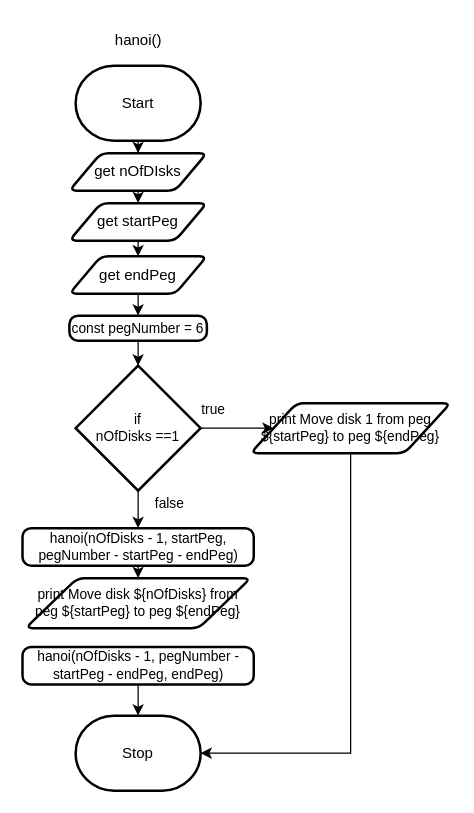
Before: 3-6/design/flowchart.drawio in jakub-malhotra/ICS4U-Unit-3, a draw.io diagram. Source tidied: cells renumbered, new cells numbered last; positions are measured from the earlier drawing's top-left corner, leaving out a move shared by most shapes. Both pictures are drawn from the tidied source at 125%, with x=0, y=0 at pixel (22, 21).
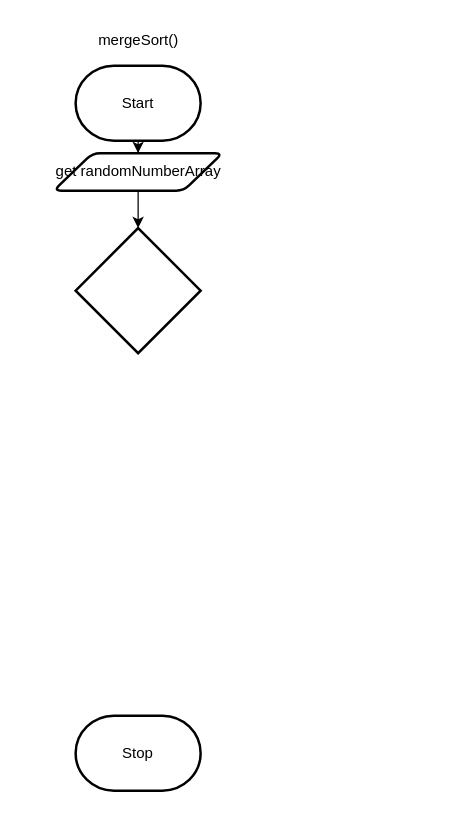
The same diagram, later.

Commit message (it also covers changes not shown here):
init flowchart 3-6 and refactor ts code

Unchanged cells that the change refers to:
```xml
<mxCell id="4" value="Stop" style="strokeWidth=2;html=1;shape=mxgraph.flowchart.terminator;whiteSpace=wrap;" parent="1" vertex="1">
  <mxGeometry x="42" y="555" width="100" height="60" as="geometry" />
</mxCell>
```

Change to the diagram source:
```diff
@@
-    <mxCell id="5" style="edgeStyle=orthogonalEdgeStyle;shape=connector;rounded=0;html=1;exitX=0.5;exitY=1;exitDx=0;exitDy=0;entryX=0.5;entryY=0;entryDx=0;entryDy=0;labelBackgroundColor=default;strokeColor=default;fontFamily=Helvetica;fontSize=11;fontColor=default;endArrow=classic;" parent="1" edge="1" source="6" target="9">
-      <mxGeometry relative="1" as="geometry" />
-    </mxCell>
+    <mxCell id="26" style="edgeStyle=orthogonalEdgeStyle;shape=connector;rounded=0;html=1;exitX=0.5;exitY=1;exitDx=0;exitDy=0;labelBackgroundColor=default;strokeColor=default;fontFamily=Helvetica;fontSize=11;fontColor=default;endArrow=classic;" parent="1" edge="1" source="6" target="17">
+      <mxGeometry relative="1" as="geometry" />
+    </mxCell>
-    <mxCell id="6" value="get nOfDIsks" style="shape=parallelogram;html=1;strokeWidth=2;perimeter=parallelogramPerimeter;whiteSpace=wrap;rounded=1;arcSize=12;size=0.23;" parent="1" vertex="1">
-      <mxGeometry x="37" y="105" width="110" height="30" as="geometry" />
+    <mxCell id="6" value="get randomNumberArray" style="shape=parallelogram;html=1;strokeWidth=2;perimeter=parallelogramPerimeter;whiteSpace=wrap;rounded=1;arcSize=12;size=0.23;" parent="1" vertex="1">
+      <mxGeometry x="24.5" y="105" width="135" height="30" as="geometry" />
     </mxCell>
-    <mxCell id="7" value="hanoi()" style="text;html=1;align=center;verticalAlign=middle;strokeColor=none;fillColor=none;" parent="1" vertex="1">
-      <mxGeometry x="62" width="60" height="30" as="geometry" />
+    <mxCell id="7" value="mergeSort()" style="text;html=1;align=center;verticalAlign=middle;strokeColor=none;fillColor=none;" parent="1" vertex="1">
+      <mxGeometry x="47" width="90" height="30" as="geometry" />
     </mxCell>
-    <mxCell id="8" style="edgeStyle=orthogonalEdgeStyle;shape=connector;rounded=0;html=1;exitX=0.5;exitY=1;exitDx=0;exitDy=0;entryX=0.5;entryY=0;entryDx=0;entryDy=0;labelBackgroundColor=default;strokeColor=default;fontFamily=Helvetica;fontSize=11;fontColor=default;endArrow=classic;" parent="1" edge="1" source="9" target="11">
-      <mxGeometry relative="1" as="geometry" />
-    </mxCell>
-    <mxCell id="9" value="get startPeg" style="shape=parallelogram;html=1;strokeWidth=2;perimeter=parallelogramPerimeter;whiteSpace=wrap;rounded=1;arcSize=12;size=0.23;" parent="1" vertex="1">
-      <mxGeometry x="37" y="145" width="110" height="30" as="geometry" />
-    </mxCell>
-    <mxCell id="10" style="edgeStyle=orthogonalEdgeStyle;shape=connector;rounded=0;html=1;exitX=0.5;exitY=1;exitDx=0;exitDy=0;entryX=0.5;entryY=0;entryDx=0;entryDy=0;labelBackgroundColor=default;strokeColor=default;fontFamily=Helvetica;fontSize=11;fontColor=default;endArrow=classic;" parent="1" edge="1" source="11" target="13">
-      <mxGeometry relative="1" as="geometry" />
-    </mxCell>
-    <mxCell id="11" value="get endPeg" style="shape=parallelogram;html=1;strokeWidth=2;perimeter=parallelogramPerimeter;whiteSpace=wrap;rounded=1;arcSize=12;size=0.23;" parent="1" vertex="1">
-      <mxGeometry x="37" y="187.5" width="110" height="30" as="geometry" />
-    </mxCell>
-    <mxCell id="12" style="edgeStyle=orthogonalEdgeStyle;shape=connector;rounded=0;html=1;exitX=0.5;exitY=1;exitDx=0;exitDy=0;entryX=0.5;entryY=0;entryDx=0;entryDy=0;entryPerimeter=0;labelBackgroundColor=default;strokeColor=default;fontFamily=Helvetica;fontSize=11;fontColor=default;endArrow=classic;" parent="1" edge="1" source="13" target="16">
-      <mxGeometry relative="1" as="geometry" />
-    </mxCell>
-    <mxCell id="13" value="const pegNumber = 6" style="rounded=1;whiteSpace=wrap;html=1;absoluteArcSize=1;arcSize=14;strokeWidth=2;fontFamily=Helvetica;fontSize=11;fontColor=default;" parent="1" vertex="1">
-      <mxGeometry x="37" y="235" width="110" height="20" as="geometry" />
-    </mxCell>
-    <mxCell id="14" style="edgeStyle=orthogonalEdgeStyle;shape=connector;rounded=0;html=1;exitX=1;exitY=0.5;exitDx=0;exitDy=0;exitPerimeter=0;labelBackgroundColor=default;strokeColor=default;fontFamily=Helvetica;fontSize=11;fontColor=default;endArrow=classic;" parent="1" edge="1" source="16" target="18">
-      <mxGeometry relative="1" as="geometry" />
-    </mxCell>
-    <mxCell id="15" style="edgeStyle=orthogonalEdgeStyle;shape=connector;rounded=0;html=1;exitX=0.5;exitY=1;exitDx=0;exitDy=0;exitPerimeter=0;entryX=0.5;entryY=0;entryDx=0;entryDy=0;labelBackgroundColor=default;strokeColor=default;fontFamily=Helvetica;fontSize=11;fontColor=default;endArrow=classic;" parent="1" edge="1" source="16" target="21">
-      <mxGeometry relative="1" as="geometry" />
-    </mxCell>
-    <mxCell id="16" value="if &lt;br&gt;nOfDisks ==1" style="strokeWidth=2;html=1;shape=mxgraph.flowchart.decision;whiteSpace=wrap;fontFamily=Helvetica;fontSize=11;fontColor=default;" parent="1" vertex="1">
-      <mxGeometry x="42" y="275" width="100" height="100" as="geometry" />
-    </mxCell>
-    <mxCell id="17" style="edgeStyle=orthogonalEdgeStyle;shape=connector;rounded=0;html=1;exitX=0.5;exitY=1;exitDx=0;exitDy=0;entryX=1;entryY=0.5;entryDx=0;entryDy=0;entryPerimeter=0;labelBackgroundColor=default;strokeColor=default;fontFamily=Helvetica;fontSize=11;fontColor=default;endArrow=classic;" parent="1" edge="1" source="18" target="4">
-      <mxGeometry relative="1" as="geometry" />
+    <mxCell id="17" style="strokeWidth=2;html=1;shape=mxgraph.flowchart.decision;whiteSpace=wrap;fontFamily=Helvetica;fontSize=11;fontColor=default;" parent="1" vertex="1">
+      <mxGeometry x="42" y="165" width="100" height="100" as="geometry" />
     </mxCell>
-    <mxCell id="18" value="print&amp;nbsp;Move disk 1 from peg ${startPeg} to peg ${endPeg}" style="shape=parallelogram;html=1;strokeWidth=2;perimeter=parallelogramPerimeter;whiteSpace=wrap;rounded=1;arcSize=12;size=0.23;fontFamily=Helvetica;fontSize=11;fontColor=default;" parent="1" vertex="1">
-      <mxGeometry x="182" y="305" width="160" height="40" as="geometry" />
-    </mxCell>
-    <mxCell id="19" value="true" style="text;html=1;align=center;verticalAlign=middle;strokeColor=none;fillColor=none;fontSize=11;fontFamily=Helvetica;fontColor=default;" parent="1" vertex="1">
-      <mxGeometry x="132" y="295" width="40" height="30" as="geometry" />
-    </mxCell>
-    <mxCell id="20" style="edgeStyle=orthogonalEdgeStyle;shape=connector;rounded=0;html=1;exitX=0.5;exitY=1;exitDx=0;exitDy=0;entryX=0.5;entryY=0;entryDx=0;entryDy=0;labelBackgroundColor=default;strokeColor=default;fontFamily=Helvetica;fontSize=11;fontColor=default;endArrow=classic;" parent="1" edge="1" source="21" target="23">
-      <mxGeometry relative="1" as="geometry" />
-    </mxCell>
-    <mxCell id="21" value="hanoi(nOfDisks - 1, startPeg, pegNumber - startPeg - endPeg)" style="rounded=1;whiteSpace=wrap;html=1;absoluteArcSize=1;arcSize=14;strokeWidth=2;fontFamily=Helvetica;fontSize=11;fontColor=default;" parent="1" vertex="1">
-      <mxGeometry x="-0.5" y="405" width="185" height="30" as="geometry" />
-    </mxCell>
-    <mxCell id="22" value="false" style="text;html=1;align=center;verticalAlign=middle;strokeColor=none;fillColor=none;fontSize=11;fontFamily=Helvetica;fontColor=default;" parent="1" vertex="1">
-      <mxGeometry x="92" y="370" width="50" height="30" as="geometry" />
-    </mxCell>
-    <mxCell id="23" value="print&amp;nbsp;Move disk ${nOfDisks} from peg ${startPeg} to peg ${endPeg}" style="shape=parallelogram;html=1;strokeWidth=2;perimeter=parallelogramPerimeter;whiteSpace=wrap;rounded=1;arcSize=12;size=0.23;fontFamily=Helvetica;fontSize=11;fontColor=default;" parent="1" vertex="1">
-      <mxGeometry x="2" y="445" width="180" height="40" as="geometry" />
-    </mxCell>
-    <mxCell id="24" style="edgeStyle=orthogonalEdgeStyle;shape=connector;rounded=0;html=1;exitX=0.5;exitY=1;exitDx=0;exitDy=0;entryX=0.5;entryY=0;entryDx=0;entryDy=0;entryPerimeter=0;labelBackgroundColor=default;strokeColor=default;fontFamily=Helvetica;fontSize=11;fontColor=default;endArrow=classic;" parent="1" edge="1" source="25" target="4">
-      <mxGeometry relative="1" as="geometry" />
-    </mxCell>
-    <mxCell id="25" value="hanoi(nOfDisks - 1, pegNumber - startPeg - endPeg, endPeg)" style="rounded=1;whiteSpace=wrap;html=1;absoluteArcSize=1;arcSize=14;strokeWidth=2;fontFamily=Helvetica;fontSize=11;fontColor=default;" parent="1" vertex="1">
-      <mxGeometry x="-0.5" y="500" width="185" height="30" as="geometry" />
-    </mxCell>
```
